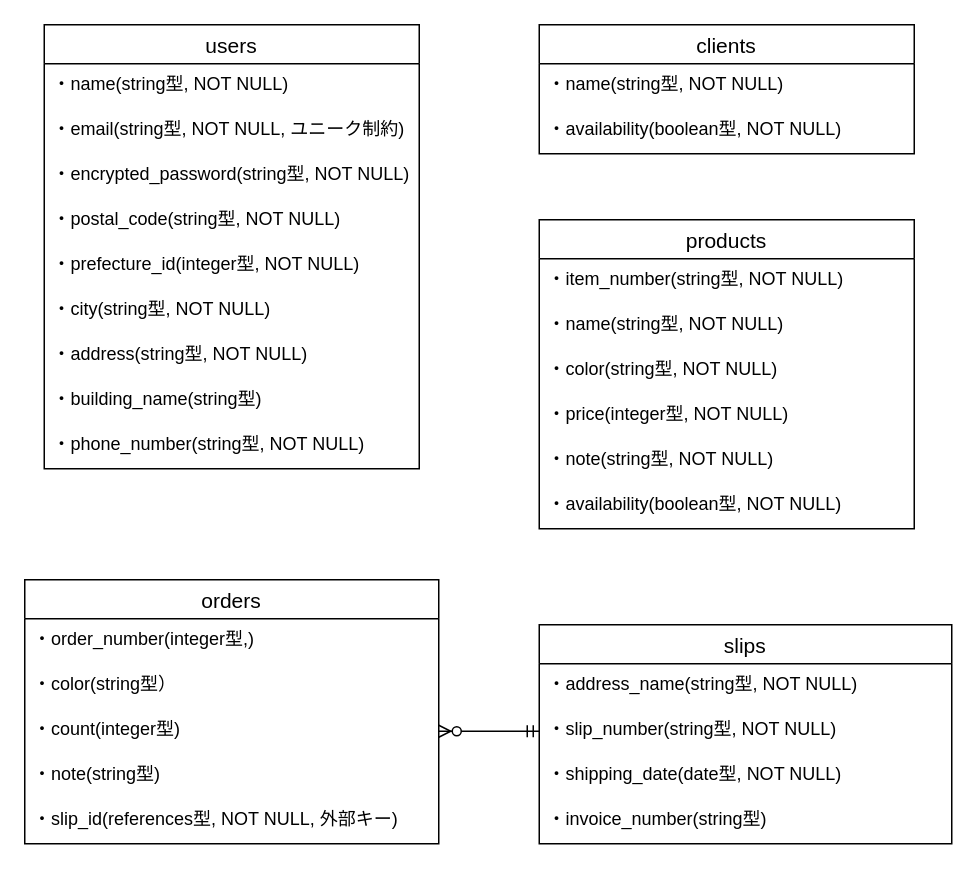
This is easy_slips.dio from hiddy0329/easy_slips, a draw.io file, before an edit. Source tidied: cells renumbered, new cells numbered last; positions are measured from the earlier drawing's top-left corner, leaving out a move shared by most shapes. Both pictures are drawn from the tidied source at 150%, with x=0, y=0 at pixel (24, 24).
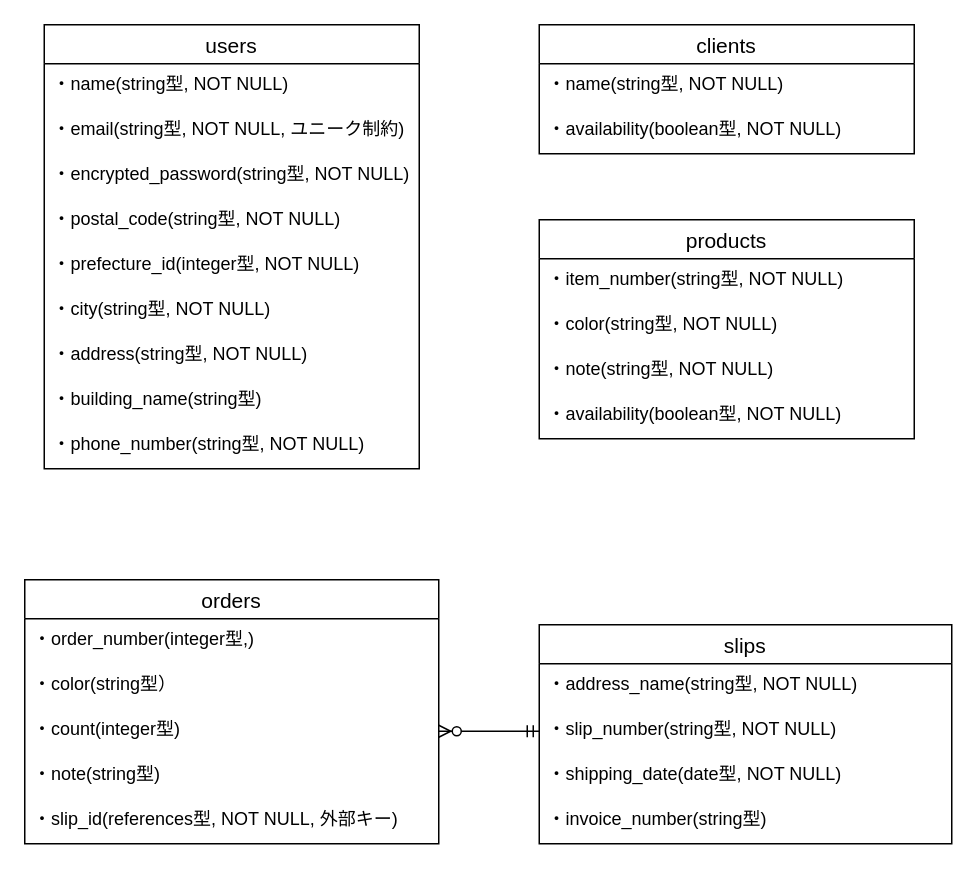
The same page after the edit.

The edit, as a diff of the source:
```diff
@@
     <mxCell id="15" value="products" style="swimlane;fontStyle=0;horizontal=1;startSize=26;align=center;fontSize=14;" parent="1" vertex="1">
-      <mxGeometry x="343" y="130" width="250" height="206" as="geometry" />
+      <mxGeometry x="343" y="130" width="250" height="146" as="geometry" />
     </mxCell>
@@
-    <mxCell id="17" value="・name(string型, NOT NULL)" style="text;strokeColor=none;fillColor=none;spacingLeft=4;spacingRight=4;overflow=hidden;fontSize=12;" parent="15" vertex="1">
-      <mxGeometry y="56" width="250" height="30" as="geometry" />
-    </mxCell>
     <mxCell id="18" value="・color(string型, NOT NULL)" style="text;strokeColor=none;fillColor=none;spacingLeft=4;spacingRight=4;overflow=hidden;fontSize=12;" parent="15" vertex="1">
-      <mxGeometry y="86" width="250" height="30" as="geometry" />
+      <mxGeometry y="56" width="250" height="30" as="geometry" />
     </mxCell>
-    <mxCell id="19" value="・price(integer型, NOT NULL)" style="text;strokeColor=none;fillColor=none;spacingLeft=4;spacingRight=4;overflow=hidden;fontSize=12;" parent="15" vertex="1">
-      <mxGeometry y="116" width="250" height="30" as="geometry" />
-    </mxCell>
     <mxCell id="20" value="・note(string型, NOT NULL)" style="text;strokeColor=none;fillColor=none;spacingLeft=4;spacingRight=4;overflow=hidden;fontSize=12;" parent="15" vertex="1">
-      <mxGeometry y="146" width="250" height="30" as="geometry" />
+      <mxGeometry y="86" width="250" height="30" as="geometry" />
     </mxCell>
     <mxCell id="21" value="・availability(boolean型, NOT NULL)" style="text;strokeColor=none;fillColor=none;spacingLeft=4;spacingRight=4;overflow=hidden;fontSize=12;" parent="15" vertex="1">
-      <mxGeometry y="176" width="250" height="30" as="geometry" />
+      <mxGeometry y="116" width="250" height="30" as="geometry" />
     </mxCell>
```
